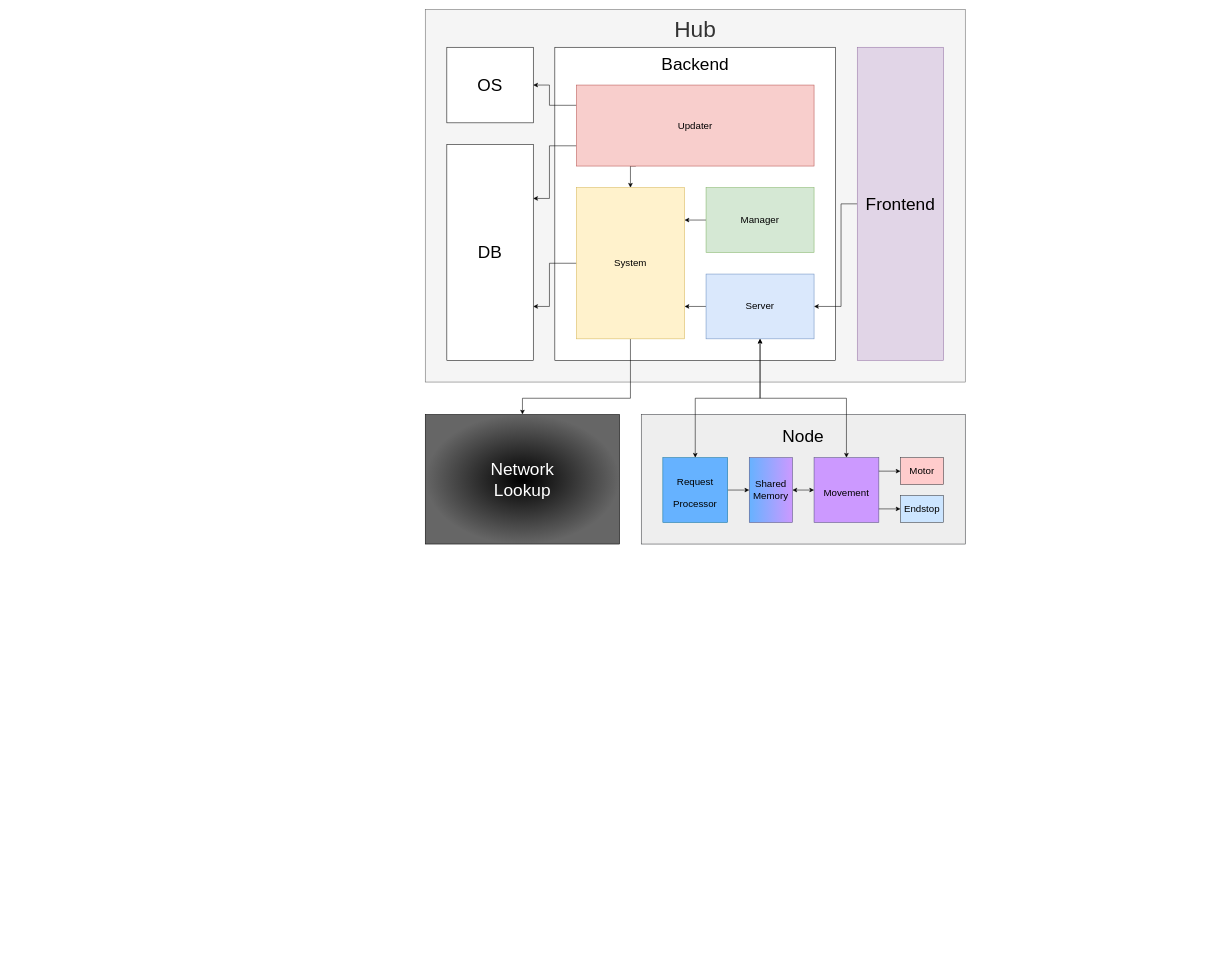
Before: Documentation/DrawIO/ADS.drawio in MPZinke/SmartCurtain, a draw.io diagram. Source tidied: cells renumbered, new cells numbered last; positions are measured from the earlier drawing's top-left corner, leaving out a move shared by most shapes. Both pictures are drawn from the tidied source at 54%, with x=0, y=0 at pixel (425, 9).
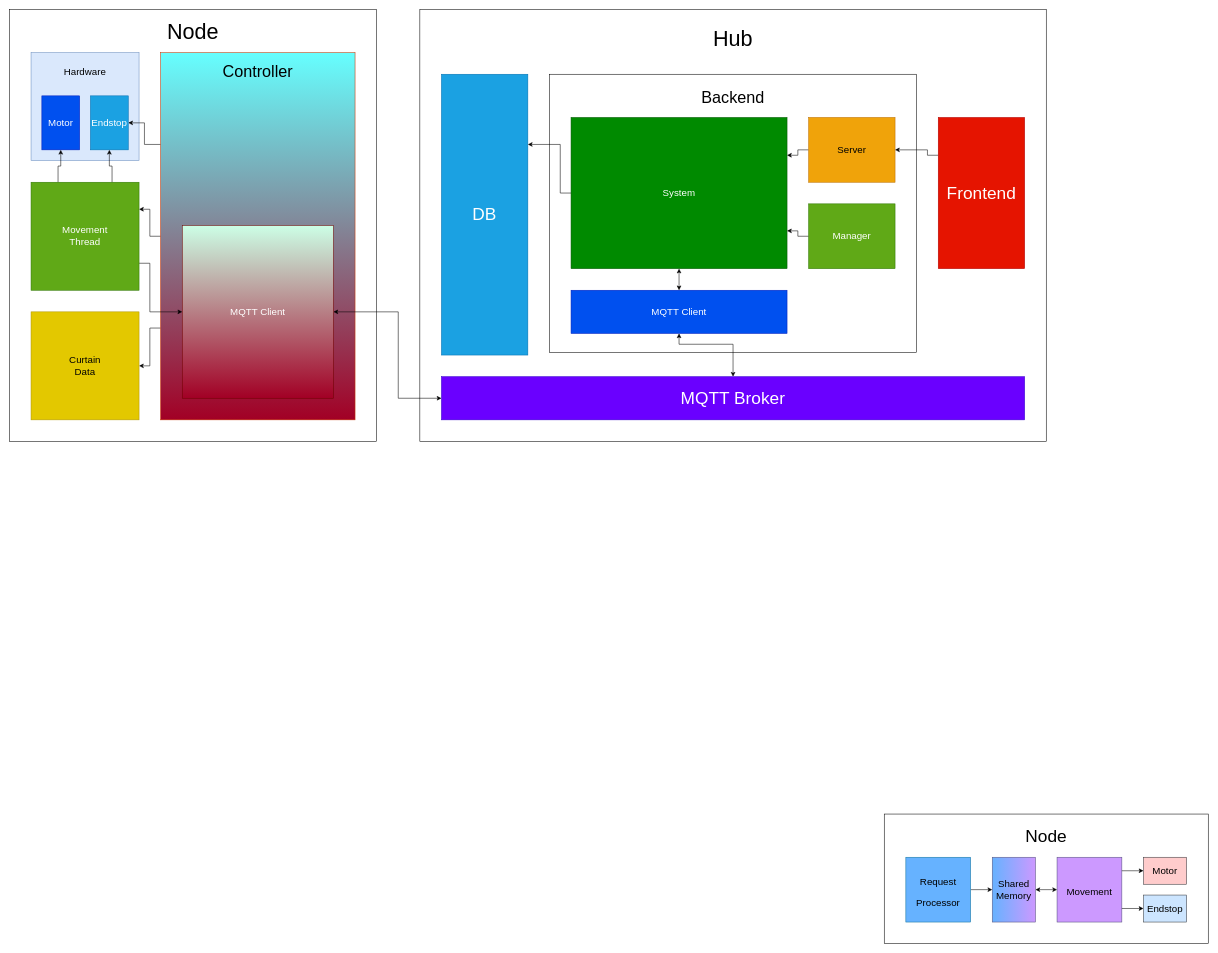
After the change.

Diff of the diagram source:
```diff
@@
+    <mxCell id="32" value="Node&lt;br&gt;&lt;br&gt;&lt;br&gt;&lt;br&gt;&lt;br&gt;&lt;br&gt;&lt;br&gt;&lt;br&gt;&lt;br&gt;&lt;br&gt;&lt;br&gt;&lt;br&gt;&lt;br&gt;&lt;br&gt;&lt;br&gt;&lt;br&gt;" style="rounded=0;whiteSpace=wrap;html=1;fontSize=40;" parent="1" vertex="1">
+      <mxGeometry x="-770" width="680" height="800" as="geometry" />
+    </mxCell>
+    <mxCell id="33" value="&lt;font color=&quot;#000000&quot;&gt;Hardware&lt;br&gt;&lt;br&gt;&lt;br&gt;&lt;br&gt;&lt;br&gt;&lt;br&gt;&lt;br&gt;&lt;/font&gt;" style="rounded=0;whiteSpace=wrap;html=1;fontSize=18;fillColor=#dae8fc;strokeColor=#6c8ebf;" parent="1" vertex="1">
+      <mxGeometry x="-730" y="80" width="200" height="200" as="geometry" />
+    </mxCell>
+    <mxCell id="34" style="edgeStyle=orthogonalEdgeStyle;rounded=0;jettySize=auto;html=1;exitX=0;exitY=0.75;exitDx=0;exitDy=0;entryX=1;entryY=0.5;entryDx=0;entryDy=0;" parent="1" edge="1" source="37" target="43">
+      <mxGeometry relative="1" as="geometry" />
+    </mxCell>
+    <mxCell id="35" style="edgeStyle=orthogonalEdgeStyle;rounded=0;jettySize=auto;html=1;exitX=0;exitY=0.25;exitDx=0;exitDy=0;entryX=1;entryY=0.5;entryDx=0;entryDy=0;" parent="1" edge="1" source="37" target="45">
+      <mxGeometry relative="1" as="geometry" />
+    </mxCell>
+    <mxCell id="36" style="edgeStyle=orthogonalEdgeStyle;rounded=0;jettySize=auto;html=1;exitX=0;exitY=0.5;exitDx=0;exitDy=0;entryX=1;entryY=0.25;entryDx=0;entryDy=0;" parent="1" edge="1" source="37" target="49">
+      <mxGeometry relative="1" as="geometry" />
+    </mxCell>
+    <mxCell id="37" value="&lt;font style=&quot;font-size: 30px;&quot;&gt;Controller&lt;br&gt;&lt;br&gt;&lt;br&gt;&lt;br&gt;&lt;br&gt;&lt;br&gt;&lt;br&gt;&lt;br&gt;&lt;br&gt;&lt;br&gt;&lt;br&gt;&lt;br&gt;&lt;br&gt;&lt;br&gt;&lt;br&gt;&lt;br&gt;&lt;br&gt;&lt;br&gt;&lt;/font&gt;" style="rounded=0;whiteSpace=wrap;html=1;fontSize=18;fillColor=#A20025;fontColor=#000000;strokeColor=#C73500;gradientColor=#66FFFF;gradientDirection=north;" parent="1" vertex="1">
+      <mxGeometry x="-490" y="80" width="360" height="680" as="geometry" />
+    </mxCell>
-    <mxCell id="2" value="&lt;font style=&quot;font-size: 42px;&quot;&gt;Hub&lt;/font&gt;&lt;br&gt;&lt;br&gt;&lt;br&gt;&lt;br&gt;&lt;br&gt;&lt;br&gt;&lt;br&gt;&lt;br&gt;&lt;br&gt;&lt;br&gt;&lt;br&gt;&lt;br&gt;&lt;br&gt;&lt;br&gt;&lt;br&gt;&lt;br&gt;&lt;br&gt;" style="rounded=0;whiteSpace=wrap;html=1;fontSize=32;fillColor=#f5f5f5;fontColor=#333333;strokeColor=#666666;" parent="1" vertex="1">
-      <mxGeometry width="1000" height="690" as="geometry" />
+    <mxCell id="2" value="&lt;font style=&quot;&quot;&gt;&lt;font style=&quot;&quot;&gt;&lt;font style=&quot;font-size: 40px;&quot;&gt;Hub&lt;/font&gt;&lt;br&gt;&lt;/font&gt;&lt;br&gt;&lt;br&gt;&lt;br&gt;&lt;br&gt;&lt;br&gt;&lt;br&gt;&lt;br&gt;&lt;br&gt;&lt;br&gt;&lt;br&gt;&lt;br&gt;&lt;br&gt;&lt;br&gt;&lt;br&gt;&lt;br&gt;&lt;br&gt;&lt;br&gt;&lt;br&gt;&lt;br&gt;&lt;br&gt;&lt;br&gt;&lt;br&gt;&lt;br&gt;&lt;br&gt;&lt;br&gt;&lt;br&gt;&lt;br&gt;&lt;br&gt;&lt;br&gt;&lt;br&gt;&lt;br&gt;&lt;br&gt;&lt;br&gt;&lt;br&gt;&lt;br&gt;&lt;br&gt;&lt;br&gt;&lt;br&gt;&lt;br&gt;&lt;br&gt;&lt;br&gt;&lt;br&gt;&lt;br&gt;&lt;br&gt;&lt;br&gt;&lt;br&gt;&lt;br&gt;&lt;br&gt;&lt;/font&gt;" style="rounded=0;whiteSpace=wrap;html=1;" parent="1" vertex="1">
+      <mxGeometry x="-10" width="1160" height="800" as="geometry" />
     </mxCell>
-    <mxCell id="3" value="&lt;div&gt;&lt;font style=&quot;font-size: 32px;&quot;&gt;Backend&lt;/font&gt;&lt;/div&gt;&lt;div&gt;&lt;br&gt;&lt;/div&gt;&lt;div&gt;&lt;br&gt;&lt;/div&gt;&lt;div&gt;&lt;br&gt;&lt;/div&gt;&lt;div&gt;&lt;br&gt;&lt;/div&gt;&lt;div&gt;&lt;br&gt;&lt;/div&gt;&lt;div&gt;&lt;br&gt;&lt;/div&gt;&lt;div&gt;&lt;br&gt;&lt;/div&gt;&lt;div&gt;&lt;br&gt;&lt;/div&gt;&lt;div&gt;&lt;br&gt;&lt;/div&gt;&lt;div&gt;&lt;br&gt;&lt;/div&gt;&lt;div&gt;&lt;br&gt;&lt;/div&gt;&lt;div&gt;&lt;br&gt;&lt;/div&gt;&lt;div&gt;&lt;br&gt;&lt;/div&gt;&lt;div&gt;&lt;br&gt;&lt;/div&gt;&lt;div&gt;&lt;br&gt;&lt;/div&gt;&lt;div&gt;&lt;br&gt;&lt;/div&gt;&lt;div&gt;&lt;br&gt;&lt;/div&gt;&lt;div&gt;&lt;br&gt;&lt;/div&gt;&lt;div&gt;&lt;br&gt;&lt;/div&gt;&lt;div&gt;&lt;br&gt;&lt;/div&gt;&lt;div&gt;&lt;br&gt;&lt;/div&gt;&lt;div&gt;&lt;br&gt;&lt;/div&gt;&lt;div&gt;&lt;br&gt;&lt;/div&gt;&lt;div&gt;&lt;br&gt;&lt;/div&gt;&lt;div&gt;&lt;br&gt;&lt;/div&gt;&lt;div&gt;&lt;br&gt;&lt;/div&gt;&lt;div&gt;&lt;br&gt;&lt;/div&gt;&lt;div&gt;&lt;br&gt;&lt;/div&gt;&lt;div&gt;&lt;br&gt;&lt;/div&gt;&lt;div&gt;&lt;br&gt;&lt;/div&gt;&lt;div&gt;&lt;br&gt;&lt;/div&gt;&lt;div&gt;&lt;br&gt;&lt;/div&gt;&lt;div&gt;&lt;br&gt;&lt;/div&gt;&lt;div&gt;&lt;br&gt;&lt;/div&gt;&lt;div&gt;&lt;br&gt;&lt;/div&gt;&lt;div&gt;&lt;br&gt;&lt;/div&gt;" style="rounded=0;whiteSpace=wrap;html=1;" parent="1" vertex="1">
-      <mxGeometry x="240" y="70" width="520" height="580" as="geometry" />
+    <mxCell id="3" value="&lt;font style=&quot;font-size: 30px;&quot;&gt;Backend&lt;br&gt;&lt;br&gt;&lt;br&gt;&lt;br&gt;&lt;br&gt;&lt;br&gt;&lt;br&gt;&lt;br&gt;&lt;br&gt;&lt;br&gt;&lt;br&gt;&lt;br&gt;&lt;br&gt;&lt;/font&gt;" style="rounded=0;whiteSpace=wrap;html=1;" parent="1" vertex="1">
+      <mxGeometry x="230" y="120" width="680" height="515" as="geometry" />
     </mxCell>
-    <mxCell id="4" value="&lt;font style=&quot;font-size: 32px;&quot;&gt;DB&lt;/font&gt;" style="rounded=0;whiteSpace=wrap;html=1;" parent="1" vertex="1">
-      <mxGeometry x="40" y="250" width="160" height="400" as="geometry" />
+    <mxCell id="4" value="&lt;font style=&quot;font-size: 32px;&quot;&gt;DB&lt;/font&gt;" style="rounded=0;whiteSpace=wrap;html=1;fillColor=#1ba1e2;fontColor=#ffffff;strokeColor=#006EAF;" parent="1" vertex="1">
+      <mxGeometry x="30" y="120" width="160" height="520" as="geometry" />
     </mxCell>
-    <mxCell id="5" style="edgeStyle=orthogonalEdgeStyle;rounded=0;jettySize=auto;html=1;exitX=0.5;exitY=1;exitDx=0;exitDy=0;fontSize=32;fontColor=#FFFFFF;" parent="1" edge="1" source="7" target="24">
-      <mxGeometry relative="1" as="geometry">
-        <Array as="points">
-          <mxPoint x="380" y="720" />
-          <mxPoint x="180" y="720" />
-        </Array>
-      </mxGeometry>
-    </mxCell>
-    <mxCell id="6" style="edgeStyle=orthogonalEdgeStyle;rounded=0;jettySize=auto;html=1;exitX=0;exitY=0.5;exitDx=0;exitDy=0;entryX=1;entryY=0.75;entryDx=0;entryDy=0;fontSize=42;fontColor=#FFFFFF;" parent="1" edge="1" source="7" target="4">
+    <mxCell id="6" style="edgeStyle=orthogonalEdgeStyle;rounded=0;jettySize=auto;html=1;exitX=0;exitY=0.5;exitDx=0;exitDy=0;entryX=1;entryY=0.25;entryDx=0;entryDy=0;" parent="1" edge="1" source="7" target="4">
       <mxGeometry relative="1" as="geometry">
         <Array as="points">
-          <mxPoint x="230" y="470" />
-          <mxPoint x="230" y="550" />
+          <mxPoint x="250" y="340" />
+          <mxPoint x="250" y="250" />
         </Array>
       </mxGeometry>
     </mxCell>
-    <mxCell id="7" value="&lt;font style=&quot;font-size: 18px;&quot;&gt;System&lt;/font&gt;" style="rounded=0;whiteSpace=wrap;html=1;fillColor=#fff2cc;strokeColor=#d6b656;" parent="1" vertex="1">
-      <mxGeometry x="280" y="330" width="200" height="280" as="geometry" />
+    <mxCell id="7" value="&lt;font style=&quot;font-size: 18px;&quot;&gt;System&lt;/font&gt;" style="rounded=0;whiteSpace=wrap;html=1;fillColor=#008a00;strokeColor=#005700;fontColor=#ffffff;" parent="1" vertex="1">
+      <mxGeometry x="270" y="200" width="400" height="280" as="geometry" />
     </mxCell>
-    <mxCell id="8" value="&lt;font style=&quot;font-size: 32px;&quot;&gt;OS&lt;/font&gt;" style="rounded=0;whiteSpace=wrap;html=1;" parent="1" vertex="1">
-      <mxGeometry x="40" y="70" width="160" height="140" as="geometry" />
-    </mxCell>
-    <mxCell id="9" style="edgeStyle=orthogonalEdgeStyle;rounded=0;jettySize=auto;html=1;exitX=0.25;exitY=1;exitDx=0;exitDy=0;entryX=0.5;entryY=0;entryDx=0;entryDy=0;fontSize=42;fontColor=#FFFFFF;" parent="1" edge="1" source="12" target="7">
-      <mxGeometry relative="1" as="geometry">
-        <Array as="points">
-          <mxPoint x="380" y="290" />
-        </Array>
-      </mxGeometry>
-    </mxCell>
-    <mxCell id="10" style="edgeStyle=orthogonalEdgeStyle;rounded=0;jettySize=auto;html=1;exitX=0;exitY=0.25;exitDx=0;exitDy=0;entryX=1;entryY=0.5;entryDx=0;entryDy=0;fontSize=42;fontColor=#FFFFFF;" parent="1" edge="1" source="12" target="8">
-      <mxGeometry relative="1" as="geometry">
-        <Array as="points">
-          <mxPoint x="230" y="177" />
-          <mxPoint x="230" y="140" />
-        </Array>
-      </mxGeometry>
-    </mxCell>
-    <mxCell id="11" style="edgeStyle=orthogonalEdgeStyle;rounded=0;jettySize=auto;html=1;exitX=0;exitY=0.75;exitDx=0;exitDy=0;entryX=1;entryY=0.25;entryDx=0;entryDy=0;fontSize=42;fontColor=#FFFFFF;" parent="1" edge="1" source="12" target="4">
-      <mxGeometry relative="1" as="geometry">
-        <Array as="points">
-          <mxPoint x="230" y="253" />
-          <mxPoint x="230" y="350" />
-        </Array>
-      </mxGeometry>
-    </mxCell>
-    <mxCell id="12" value="&lt;font style=&quot;font-size: 18px;&quot;&gt;Updater&lt;/font&gt;" style="rounded=0;whiteSpace=wrap;html=1;fillColor=#f8cecc;strokeColor=#b85450;" parent="1" vertex="1">
-      <mxGeometry x="280" y="140" width="440" height="150" as="geometry" />
-    </mxCell>
-    <mxCell id="13" style="edgeStyle=orthogonalEdgeStyle;rounded=0;jettySize=auto;html=1;exitX=0;exitY=0.5;exitDx=0;exitDy=0;entryX=0.462;entryY=0.828;entryDx=0;entryDy=0;entryPerimeter=0;fontSize=42;fontColor=#FFFFFF;" parent="1" edge="1" source="14" target="3">
-      <mxGeometry relative="1" as="geometry" />
-    </mxCell>
+    <mxCell id="38" style="edgeStyle=orthogonalEdgeStyle;rounded=0;jettySize=auto;html=1;exitX=0;exitY=0.5;exitDx=0;exitDy=0;entryX=1;entryY=0.25;entryDx=0;entryDy=0;" parent="1" edge="1" source="14" target="7">
+      <mxGeometry relative="1" as="geometry" />
+    </mxCell>
-    <mxCell id="14" value="&lt;font style=&quot;font-size: 18px;&quot;&gt;Server&lt;/font&gt;" style="rounded=0;whiteSpace=wrap;html=1;fillColor=#dae8fc;strokeColor=#6c8ebf;" parent="1" vertex="1">
-      <mxGeometry x="520" y="490" width="200" height="120" as="geometry" />
+    <mxCell id="14" value="&lt;font style=&quot;font-size: 18px;&quot;&gt;Server&lt;/font&gt;" style="rounded=0;whiteSpace=wrap;html=1;fillColor=#f0a30a;strokeColor=#BD7000;fontColor=#000000;" parent="1" vertex="1">
+      <mxGeometry x="710" y="200" width="160" height="120" as="geometry" />
     </mxCell>
-    <mxCell id="15" style="edgeStyle=orthogonalEdgeStyle;rounded=0;jettySize=auto;html=1;exitX=0;exitY=0.5;exitDx=0;exitDy=0;entryX=0.462;entryY=0.552;entryDx=0;entryDy=0;entryPerimeter=0;fontSize=42;fontColor=#FFFFFF;" parent="1" edge="1" source="16" target="3">
-      <mxGeometry relative="1" as="geometry" />
-    </mxCell>
+    <mxCell id="39" style="edgeStyle=orthogonalEdgeStyle;rounded=0;jettySize=auto;html=1;exitX=0;exitY=0.5;exitDx=0;exitDy=0;entryX=1;entryY=0.75;entryDx=0;entryDy=0;" parent="1" edge="1" source="16" target="7">
+      <mxGeometry relative="1" as="geometry" />
+    </mxCell>
-    <mxCell id="16" value="&lt;font style=&quot;font-size: 18px;&quot;&gt;Manager&lt;/font&gt;" style="rounded=0;whiteSpace=wrap;html=1;fillColor=#d5e8d4;strokeColor=#82b366;" parent="1" vertex="1">
-      <mxGeometry x="520" y="330" width="200" height="120" as="geometry" />
+    <mxCell id="16" value="&lt;font style=&quot;font-size: 18px;&quot;&gt;Manager&lt;/font&gt;" style="rounded=0;whiteSpace=wrap;html=1;fillColor=#60a917;strokeColor=#2D7600;fontColor=#ffffff;" parent="1" vertex="1">
+      <mxGeometry x="710" y="360" width="160" height="120" as="geometry" />
     </mxCell>
-    <mxCell id="17" value="&lt;div&gt;Node&lt;/div&gt;&lt;div style=&quot;font-size: 12px;&quot;&gt;&lt;br&gt;&lt;/div&gt;&lt;div style=&quot;font-size: 12px;&quot;&gt;&lt;br&gt;&lt;/div&gt;&lt;div style=&quot;font-size: 12px;&quot;&gt;&lt;br&gt;&lt;/div&gt;&lt;div style=&quot;font-size: 12px;&quot;&gt;&lt;br&gt;&lt;/div&gt;&lt;div style=&quot;font-size: 12px;&quot;&gt;&lt;br&gt;&lt;/div&gt;&lt;div style=&quot;font-size: 12px;&quot;&gt;&lt;br&gt;&lt;/div&gt;&lt;div style=&quot;font-size: 12px;&quot;&gt;&lt;br&gt;&lt;/div&gt;&lt;div style=&quot;font-size: 12px;&quot;&gt;&lt;br&gt;&lt;/div&gt;&lt;div style=&quot;font-size: 12px;&quot;&gt;&lt;br&gt;&lt;/div&gt;&lt;div style=&quot;font-size: 12px;&quot;&gt;&lt;br&gt;&lt;/div&gt;&lt;div style=&quot;font-size: 12px;&quot;&gt;&lt;br&gt;&lt;/div&gt;" style="rounded=0;whiteSpace=wrap;html=1;fontSize=32;fillColor=#eeeeee;strokeColor=#36393d;gradientDirection=radial;" parent="1" vertex="1">
-      <mxGeometry x="400" y="750" width="600" height="240" as="geometry" />
+    <mxCell id="17" value="&lt;div&gt;Node&lt;/div&gt;&lt;div style=&quot;font-size: 12px;&quot;&gt;&lt;br&gt;&lt;/div&gt;&lt;div style=&quot;font-size: 12px;&quot;&gt;&lt;br&gt;&lt;/div&gt;&lt;div style=&quot;font-size: 12px;&quot;&gt;&lt;br&gt;&lt;/div&gt;&lt;div style=&quot;font-size: 12px;&quot;&gt;&lt;br&gt;&lt;/div&gt;&lt;div style=&quot;font-size: 12px;&quot;&gt;&lt;br&gt;&lt;/div&gt;&lt;div style=&quot;font-size: 12px;&quot;&gt;&lt;br&gt;&lt;/div&gt;&lt;div style=&quot;font-size: 12px;&quot;&gt;&lt;br&gt;&lt;/div&gt;&lt;div style=&quot;font-size: 12px;&quot;&gt;&lt;br&gt;&lt;/div&gt;&lt;div style=&quot;font-size: 12px;&quot;&gt;&lt;br&gt;&lt;/div&gt;&lt;div style=&quot;font-size: 12px;&quot;&gt;&lt;br&gt;&lt;/div&gt;&lt;div style=&quot;font-size: 12px;&quot;&gt;&lt;br&gt;&lt;/div&gt;" style="rounded=0;whiteSpace=wrap;html=1;fontSize=32;gradientDirection=radial;" parent="1" vertex="1">
+      <mxGeometry x="850" y="1490" width="600" height="240" as="geometry" />
     </mxCell>
@@
     <mxCell id="19" value="&lt;font style=&quot;font-size: 18px;&quot;&gt;Request Proces&lt;font style=&quot;font-size: 18px;&quot;&gt;s&lt;/font&gt;&lt;/font&gt;&lt;font style=&quot;font-size: 18px;&quot;&gt;or&lt;/font&gt;" style="rounded=0;whiteSpace=wrap;html=1;fontSize=32;fillColor=#66B2FF;strokeColor=#10739e;" parent="1" vertex="1">
-      <mxGeometry x="440" y="830" width="120" height="120" as="geometry" />
+      <mxGeometry x="890" y="1570" width="120" height="120" as="geometry" />
     </mxCell>
     <mxCell id="20" value="&lt;font style=&quot;font-size: 18px;&quot;&gt;Movement&lt;/font&gt;" style="rounded=0;whiteSpace=wrap;html=1;fontSize=32;fillColor=#CC99FF;strokeColor=#56517e;" parent="1" vertex="1">
-      <mxGeometry x="720" y="830" width="120" height="120" as="geometry" />
+      <mxGeometry x="1170" y="1570" width="120" height="120" as="geometry" />
     </mxCell>
     <mxCell id="21" value="Shared Memory" style="rounded=0;whiteSpace=wrap;html=1;fontSize=18;fillColor=#CC99FF;strokeColor=#56517e;gradientColor=#66B2FF;gradientDirection=west;" parent="1" vertex="1">
-      <mxGeometry x="600" y="830" width="80" height="120" as="geometry" />
+      <mxGeometry x="1050" y="1570" width="80" height="120" as="geometry" />
     </mxCell>
     <mxCell id="22" value="Motor" style="rounded=0;whiteSpace=wrap;html=1;fontSize=18;fillColor=#ffcccc;strokeColor=#36393d;" parent="1" vertex="1">
-      <mxGeometry x="880" y="830" width="80" height="50" as="geometry" />
+      <mxGeometry x="1330" y="1570" width="80" height="50" as="geometry" />
     </mxCell>
     <mxCell id="23" value="Endstop" style="rounded=0;whiteSpace=wrap;html=1;fontSize=18;fillColor=#cce5ff;strokeColor=#36393d;" parent="1" vertex="1">
-      <mxGeometry x="880" y="900" width="80" height="50" as="geometry" />
+      <mxGeometry x="1330" y="1640" width="80" height="50" as="geometry" />
     </mxCell>
-    <mxCell id="24" value="&lt;font style=&quot;font-size: 32px;&quot;&gt;Network&lt;br&gt;Lookup&lt;br&gt;&lt;/font&gt;" style="rounded=0;whiteSpace=wrap;html=1;fillColor=#000000;gradientColor=#666666;gradientDirection=radial;fontColor=#FFFFFF;" parent="1" vertex="1">
-      <mxGeometry y="750" width="360" height="240" as="geometry" />
-    </mxCell>
-    <mxCell id="25" style="edgeStyle=orthogonalEdgeStyle;rounded=0;jettySize=auto;html=1;exitX=0;exitY=0.5;exitDx=0;exitDy=0;entryX=1;entryY=0.5;entryDx=0;entryDy=0;fontSize=42;fontColor=#FFFFFF;" parent="1" edge="1" source="26" target="14">
+    <mxCell id="25" style="edgeStyle=orthogonalEdgeStyle;rounded=0;jettySize=auto;html=1;exitX=0;exitY=0.25;exitDx=0;exitDy=0;entryX=1;entryY=0.5;entryDx=0;entryDy=0;" parent="1" edge="1" source="26" target="14">
       <mxGeometry relative="1" as="geometry">
         <Array as="points">
-          <mxPoint x="770" y="360" />
-          <mxPoint x="770" y="550" />
+          <mxPoint x="930" y="270" />
+          <mxPoint x="930" y="260" />
         </Array>
       </mxGeometry>
     </mxCell>
-    <mxCell id="26" value="Frontend" style="rounded=0;whiteSpace=wrap;html=1;fontSize=32;fillColor=#e1d5e7;strokeColor=#9673a6;" parent="1" vertex="1">
-      <mxGeometry x="800" y="70" width="160" height="580" as="geometry" />
+    <mxCell id="26" value="Frontend" style="rounded=0;whiteSpace=wrap;html=1;fontSize=32;fillColor=#e51400;strokeColor=#B20000;fontColor=#ffffff;" parent="1" vertex="1">
+      <mxGeometry x="950" y="200" width="160" height="280" as="geometry" />
     </mxCell>
-    <mxCell id="27" style="endArrow=classic;startArrow=classic;html=1;rounded=0;fontSize=32;fontColor=#FFFFFF;entryX=0.5;entryY=1;entryDx=0;entryDy=0;exitX=0.5;exitY=0;exitDx=0;exitDy=0;edgeStyle=orthogonalEdgeStyle;" parent="1" edge="1" source="19" target="14">
-      <mxGeometry relative="1" as="geometry" />
-    </mxCell>
@@
     <mxCell id="29" style="endArrow=classic;html=1;rounded=0;fontSize=42;fontColor=#FFFFFF;entryX=0;entryY=0.5;entryDx=0;entryDy=0;" parent="1" edge="1" target="22">
       <mxGeometry relative="1" as="geometry">
-        <mxPoint x="840" y="855" as="sourcePoint" />
+        <mxPoint x="1290" y="1595" as="sourcePoint" />
       </mxGeometry>
     </mxCell>
     <mxCell id="30" style="endArrow=classic;html=1;rounded=0;fontSize=42;fontColor=#FFFFFF;entryX=0;entryY=0.5;entryDx=0;entryDy=0;" parent="1" edge="1">
       <mxGeometry relative="1" as="geometry">
-        <mxPoint x="840" y="924.9" as="sourcePoint" />
-        <mxPoint x="880" y="924.9" as="targetPoint" />
+        <mxPoint x="1290" y="1664.9" as="sourcePoint" />
+        <mxPoint x="1330" y="1664.9" as="targetPoint" />
       </mxGeometry>
     </mxCell>
-    <mxCell id="31" style="endArrow=classic;startArrow=classic;html=1;rounded=0;fontSize=42;fontColor=#FFFFFF;exitX=0.5;exitY=1;exitDx=0;exitDy=0;entryX=0.5;entryY=0;entryDx=0;entryDy=0;edgeStyle=orthogonalEdgeStyle;" parent="1" edge="1" source="14" target="20">
-      <mxGeometry relative="1" as="geometry" />
-    </mxCell>
+    <mxCell id="40" value="&lt;font style=&quot;font-size: 32px;&quot;&gt;MQTT Broker&lt;/font&gt;" style="rounded=0;whiteSpace=wrap;html=1;fillColor=#6a00ff;fontColor=#ffffff;strokeColor=#3700CC;" parent="1" vertex="1">
+      <mxGeometry x="30" y="680" width="1080" height="80" as="geometry" />
+    </mxCell>
+    <mxCell id="41" value="&lt;font style=&quot;font-size: 18px;&quot;&gt;MQTT Client&lt;/font&gt;" style="rounded=0;whiteSpace=wrap;html=1;fillColor=#0050ef;strokeColor=#001DBC;fontColor=#ffffff;" parent="1" vertex="1">
+      <mxGeometry x="270" y="520" width="400" height="80" as="geometry" />
+    </mxCell>
+    <mxCell id="42" value="&lt;font style=&quot;font-size: 18px;&quot;&gt;MQTT Client&lt;/font&gt;" style="rounded=0;whiteSpace=wrap;html=1;fillColor=#A20025;strokeColor=#6F0000;fontColor=#ffffff;gradientColor=#CCFFE6;gradientDirection=north;" parent="1" vertex="1">
+      <mxGeometry x="-450" y="400" width="280" height="320" as="geometry" />
+    </mxCell>
+    <mxCell id="43" value="Curtain&lt;br&gt;Data" style="rounded=0;whiteSpace=wrap;html=1;fontSize=18;fillColor=#e3c800;fontColor=#000000;strokeColor=#B09500;" parent="1" vertex="1">
+      <mxGeometry x="-730" y="560" width="200" height="200" as="geometry" />
+    </mxCell>
+    <mxCell id="44" value="Motor" style="rounded=0;whiteSpace=wrap;html=1;fontSize=18;fillColor=#0050ef;fontColor=#ffffff;strokeColor=#001DBC;" parent="1" vertex="1">
+      <mxGeometry x="-710" y="160" width="70" height="100" as="geometry" />
+    </mxCell>
+    <mxCell id="45" value="Endstop" style="rounded=0;whiteSpace=wrap;html=1;fontSize=18;fillColor=#1ba1e2;fontColor=#ffffff;strokeColor=#006EAF;" parent="1" vertex="1">
+      <mxGeometry x="-620" y="160" width="70" height="100" as="geometry" />
+    </mxCell>
+    <mxCell id="46" style="edgeStyle=orthogonalEdgeStyle;rounded=0;jettySize=auto;html=1;exitX=1;exitY=0.75;exitDx=0;exitDy=0;entryX=0;entryY=0.5;entryDx=0;entryDy=0;" parent="1" edge="1" source="49" target="42">
+      <mxGeometry relative="1" as="geometry">
+        <Array as="points">
+          <mxPoint x="-510" y="470" />
+          <mxPoint x="-510" y="560" />
+        </Array>
+      </mxGeometry>
+    </mxCell>
+    <mxCell id="47" style="edgeStyle=orthogonalEdgeStyle;rounded=0;jettySize=auto;html=1;exitX=0.75;exitY=0;exitDx=0;exitDy=0;entryX=0.5;entryY=1;entryDx=0;entryDy=0;" parent="1" edge="1" source="49" target="45">
+      <mxGeometry relative="1" as="geometry" />
+    </mxCell>
+    <mxCell id="48" style="edgeStyle=orthogonalEdgeStyle;rounded=0;jettySize=auto;html=1;exitX=0.25;exitY=0;exitDx=0;exitDy=0;entryX=0.5;entryY=1;entryDx=0;entryDy=0;" parent="1" edge="1" source="49" target="44">
+      <mxGeometry relative="1" as="geometry" />
+    </mxCell>
+    <mxCell id="49" value="Movement&lt;br&gt;Thread" style="rounded=0;whiteSpace=wrap;html=1;fontSize=18;fillColor=#60a917;fontColor=#ffffff;strokeColor=#2D7600;" parent="1" vertex="1">
+      <mxGeometry x="-730" y="320" width="200" height="200" as="geometry" />
+    </mxCell>
+    <mxCell id="50" style="endArrow=classic;startArrow=classic;html=1;rounded=0;entryX=0.5;entryY=1;entryDx=0;entryDy=0;exitX=0.5;exitY=0;exitDx=0;exitDy=0;" parent="1" edge="1" source="41" target="7">
+      <mxGeometry relative="1" as="geometry" />
+    </mxCell>
+    <mxCell id="51" style="endArrow=classic;startArrow=classic;html=1;rounded=0;entryX=0.5;entryY=1;entryDx=0;entryDy=0;exitX=0.5;exitY=0;exitDx=0;exitDy=0;edgeStyle=orthogonalEdgeStyle;" parent="1" edge="1" source="40" target="41">
+      <mxGeometry relative="1" as="geometry">
+        <Array as="points">
+          <mxPoint x="570" y="620" />
+          <mxPoint x="470" y="620" />
+        </Array>
+      </mxGeometry>
+    </mxCell>
+    <mxCell id="52" style="endArrow=classic;startArrow=classic;html=1;rounded=0;exitX=1;exitY=0.5;exitDx=0;exitDy=0;entryX=0;entryY=0.5;entryDx=0;entryDy=0;edgeStyle=orthogonalEdgeStyle;" parent="1" edge="1" source="42" target="40">
+      <mxGeometry relative="1" as="geometry">
+        <Array as="points">
+          <mxPoint x="-50" y="560" />
+          <mxPoint x="-50" y="720" />
+        </Array>
+      </mxGeometry>
+    </mxCell>
```
